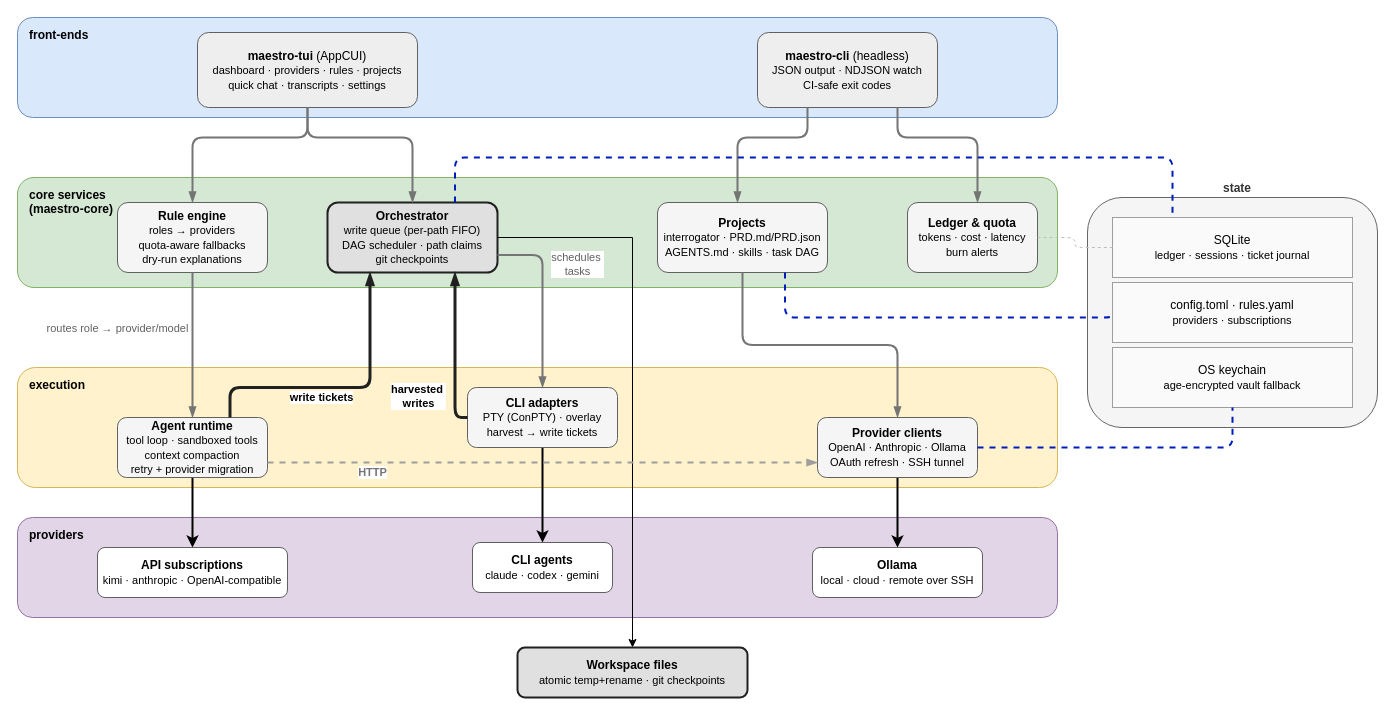
milleniumrs/RoleN keeps this draw.io diagram as docs/architecture.drawio. Above is the earlier version. Source tidied: cells renumbered, new cells numbered last; positions are measured from the earlier drawing's top-left corner, leaving out a move shared by most shapes. Both pictures are drawn from the tidied source at 100%, with x=0, y=0 at pixel (17, 17).
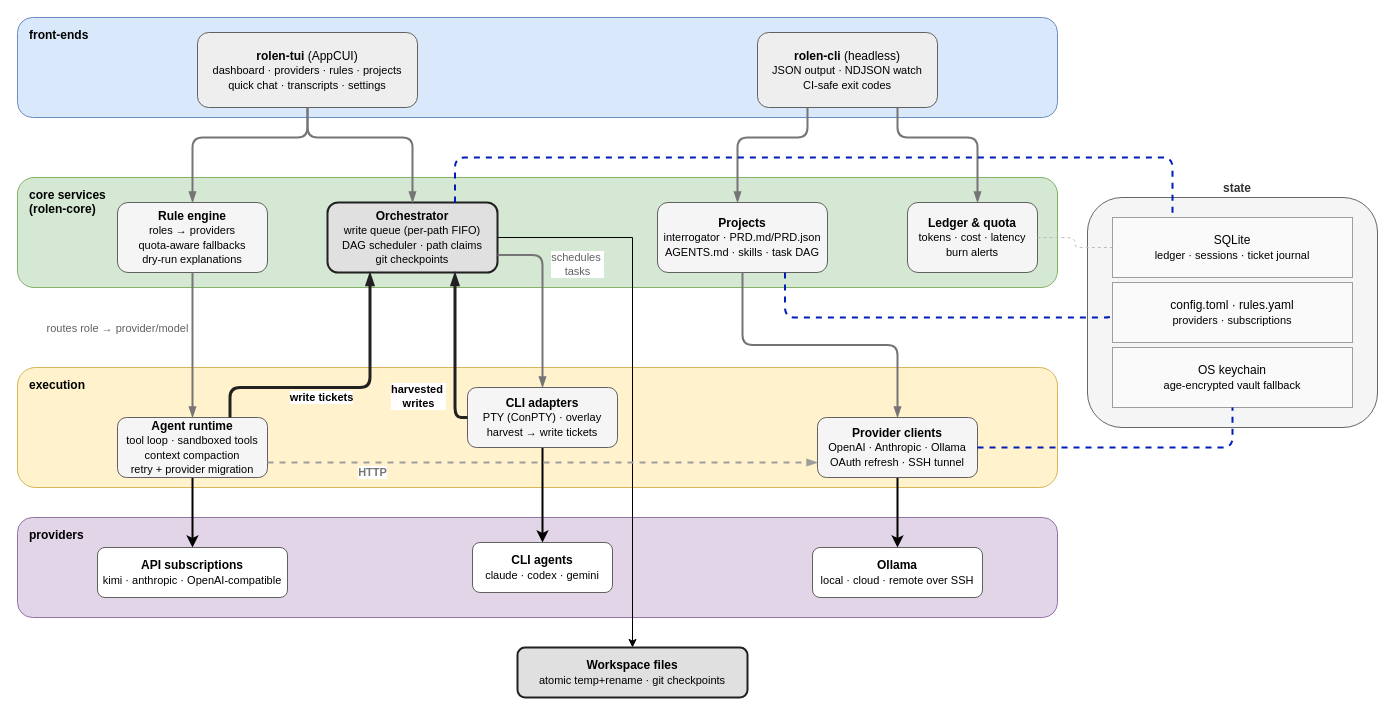
The same page after the edit.

The edit, as a diff of the source:
```diff
@@
-    <mxCell id="3" value="core services &#10;(maestro-core) " style="rounded=1;fillColor=#d5e8d4;strokeColor=#82b366;verticalAlign=top;align=left;spacingLeft=10;spacingTop=4;fontSize=12;fontStyle=1;" parent="1" vertex="1">
+    <mxCell id="3" value="core services &#10;(rolen-core) " style="rounded=1;fillColor=#d5e8d4;strokeColor=#82b366;verticalAlign=top;align=left;spacingLeft=10;spacingTop=4;fontSize=12;fontStyle=1;" parent="1" vertex="1">
       <mxGeometry y="160" width="1040" height="110" as="geometry" />
     </mxCell>
@@
-    <mxCell id="7" value="&lt;b&gt;maestro-tui&lt;/b&gt; (AppCUI)&lt;br&gt;&lt;font style=&quot;font-size:11px&quot;&gt;dashboard · providers · rules · projects&lt;br&gt;quick chat · transcripts · settings&lt;/font&gt;" style="rounded=1;whiteSpace=wrap;html=1;fillColor=#EEEEEE;strokeColor=#616161;" parent="1" vertex="1">
+    <mxCell id="7" value="&lt;b&gt;rolen-tui&lt;/b&gt; (AppCUI)&lt;br&gt;&lt;font style=&quot;font-size:11px&quot;&gt;dashboard · providers · rules · projects&lt;br&gt;quick chat · transcripts · settings&lt;/font&gt;" style="rounded=1;whiteSpace=wrap;html=1;fillColor=#EEEEEE;strokeColor=#616161;" parent="1" vertex="1">
       <mxGeometry x="180" y="15" width="220" height="75" as="geometry" />
     </mxCell>
-    <mxCell id="8" value="&lt;b&gt;maestro-cli&lt;/b&gt; (headless)&lt;br&gt;&lt;font style=&quot;font-size:11px&quot;&gt;JSON output · NDJSON watch&lt;br&gt;CI-safe exit codes&lt;/font&gt;" style="rounded=1;whiteSpace=wrap;html=1;fillColor=#EEEEEE;strokeColor=#616161;" parent="1" vertex="1">
+    <mxCell id="8" value="&lt;b&gt;rolen-cli&lt;/b&gt; (headless)&lt;br&gt;&lt;font style=&quot;font-size:11px&quot;&gt;JSON output · NDJSON watch&lt;br&gt;CI-safe exit codes&lt;/font&gt;" style="rounded=1;whiteSpace=wrap;html=1;fillColor=#EEEEEE;strokeColor=#616161;" parent="1" vertex="1">
       <mxGeometry x="740" y="15" width="180" height="75" as="geometry" />
     </mxCell>
```
